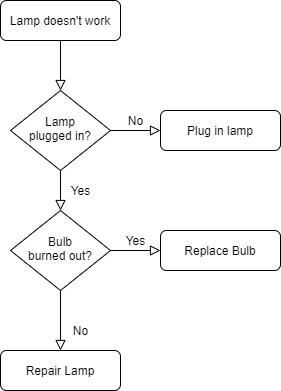
Earlier version of the draw.io export 程序流程.png (daftpumpkin/IoT.io). Source tidied: cells renumbered, new cells last; positions are measured from the earlier drawing's top-left corner, leaving out a move shared by most shapes.
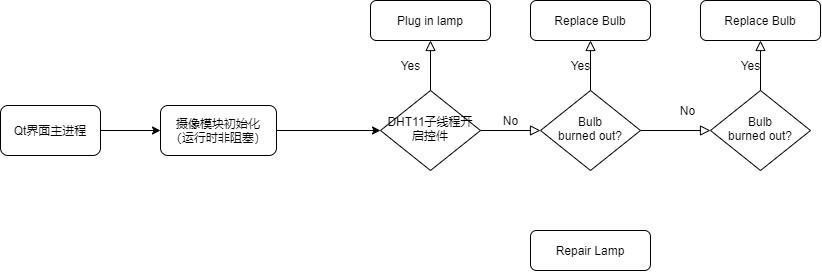
Later version of the same file.

The edit, as a diff of the source:
```diff
@@ -2,38 +2,53 @@
   <root>
     <mxCell id="0" />
     <mxCell id="1" parent="0" />
-    <mxCell id="2" style="rounded=0;html=1;jettySize=auto;fontSize=11;endArrow=block;endFill=0;endSize=8;strokeWidth=1;shadow=0;labelBackgroundColor=none;edgeStyle=orthogonalEdgeStyle;" parent="1" edge="1" source="3" target="6">
-      <mxGeometry relative="1" as="geometry" />
-    </mxCell>
+    <mxCell id="13" style="edgeStyle=orthogonalEdgeStyle;rounded=0;jettySize=auto;html=1;exitX=1;exitY=0.5;exitDx=0;exitDy=0;entryX=0;entryY=0.5;entryDx=0;entryDy=0;" parent="1" edge="1" source="3" target="15">
+      <mxGeometry relative="1" as="geometry" />
+    </mxCell>
-    <mxCell id="3" value="Lamp doesn't work" style="rounded=1;whiteSpace=wrap;html=1;fontSize=12;glass=0;strokeWidth=1;shadow=0;" parent="1" vertex="1">
-      <mxGeometry width="120" height="40" as="geometry" />
+    <mxCell id="3" value="Qt界面主进程" style="rounded=1;whiteSpace=wrap;html=1;fontSize=12;glass=0;strokeWidth=1;shadow=0;" parent="1" vertex="1">
+      <mxGeometry x="-120" y="135" width="100" height="50" as="geometry" />
     </mxCell>
-    <mxCell id="4" value="Yes" style="rounded=0;html=1;jettySize=auto;fontSize=11;endArrow=block;endFill=0;endSize=8;strokeWidth=1;shadow=0;labelBackgroundColor=none;edgeStyle=orthogonalEdgeStyle;" parent="1" edge="1" source="6" target="10">
+    <mxCell id="4" value="Yes" style="rounded=0;html=1;jettySize=auto;fontSize=11;endArrow=block;endFill=0;endSize=8;strokeWidth=1;shadow=0;labelBackgroundColor=none;edgeStyle=orthogonalEdgeStyle;exitX=0.5;exitY=0;exitDx=0;exitDy=0;entryX=0.5;entryY=1;entryDx=0;entryDy=0;" parent="1" edge="1" source="6" target="7">
       <mxGeometry y="20" relative="1" as="geometry" />
     </mxCell>
-    <mxCell id="5" value="No" style="edgeStyle=orthogonalEdgeStyle;rounded=0;html=1;jettySize=auto;fontSize=11;endArrow=block;endFill=0;endSize=8;strokeWidth=1;shadow=0;labelBackgroundColor=none;" parent="1" edge="1" source="6" target="7">
+    <mxCell id="5" value="No" style="edgeStyle=orthogonalEdgeStyle;rounded=0;html=1;jettySize=auto;fontSize=11;endArrow=block;endFill=0;endSize=8;strokeWidth=1;shadow=0;labelBackgroundColor=none;exitX=1;exitY=0.5;exitDx=0;exitDy=0;entryX=0;entryY=0.5;entryDx=0;entryDy=0;" parent="1" edge="1" source="6" target="10">
       <mxGeometry y="10" relative="1" as="geometry" />
     </mxCell>
-    <mxCell id="6" value="Lamp&lt;br&gt;plugged in?" style="rhombus;whiteSpace=wrap;html=1;shadow=0;fontFamily=Helvetica;fontSize=12;align=center;strokeWidth=1;spacing=6;spacingTop=-4;" parent="1" vertex="1">
-      <mxGeometry x="10" y="90" width="100" height="80" as="geometry" />
+    <mxCell id="6" value="DHT11子线程开启控件" style="rhombus;whiteSpace=wrap;html=1;shadow=0;fontFamily=Helvetica;fontSize=12;align=center;strokeWidth=1;spacing=6;spacingTop=-4;" parent="1" vertex="1">
+      <mxGeometry x="260" y="120" width="100" height="80" as="geometry" />
     </mxCell>
     <mxCell id="7" value="Plug in lamp" style="rounded=1;whiteSpace=wrap;html=1;fontSize=12;glass=0;strokeWidth=1;shadow=0;" parent="1" vertex="1">
-      <mxGeometry x="160" y="110" width="120" height="40" as="geometry" />
+      <mxGeometry x="250" y="30" width="120" height="40" as="geometry" />
     </mxCell>
-    <mxCell id="8" value="No" style="rounded=0;html=1;jettySize=auto;fontSize=11;endArrow=block;endFill=0;endSize=8;strokeWidth=1;shadow=0;labelBackgroundColor=none;edgeStyle=orthogonalEdgeStyle;" parent="1" edge="1" source="10" target="11">
+    <mxCell id="8" value="No" style="rounded=0;html=1;jettySize=auto;fontSize=11;endArrow=block;endFill=0;endSize=8;strokeWidth=1;shadow=0;labelBackgroundColor=none;edgeStyle=orthogonalEdgeStyle;exitX=1;exitY=0.5;exitDx=0;exitDy=0;entryX=0;entryY=0.5;entryDx=0;entryDy=0;" parent="1" edge="1" source="10" target="17">
       <mxGeometry x="0.33" y="20" relative="1" as="geometry" />
     </mxCell>
     <mxCell id="9" value="Yes" style="edgeStyle=orthogonalEdgeStyle;rounded=0;html=1;jettySize=auto;fontSize=11;endArrow=block;endFill=0;endSize=8;strokeWidth=1;shadow=0;labelBackgroundColor=none;" parent="1" edge="1" source="10" target="12">
       <mxGeometry y="10" relative="1" as="geometry" />
     </mxCell>
     <mxCell id="10" value="Bulb&lt;br&gt;burned out?" style="rhombus;whiteSpace=wrap;html=1;shadow=0;fontFamily=Helvetica;fontSize=12;align=center;strokeWidth=1;spacing=6;spacingTop=-4;" parent="1" vertex="1">
-      <mxGeometry x="10" y="210" width="100" height="80" as="geometry" />
+      <mxGeometry x="420" y="120" width="100" height="80" as="geometry" />
     </mxCell>
     <mxCell id="11" value="Repair Lamp" style="rounded=1;whiteSpace=wrap;html=1;fontSize=12;glass=0;strokeWidth=1;shadow=0;" parent="1" vertex="1">
-      <mxGeometry y="350" width="120" height="40" as="geometry" />
+      <mxGeometry x="410" y="260" width="120" height="40" as="geometry" />
     </mxCell>
     <mxCell id="12" value="Replace Bulb" style="rounded=1;whiteSpace=wrap;html=1;fontSize=12;glass=0;strokeWidth=1;shadow=0;" parent="1" vertex="1">
-      <mxGeometry x="160" y="230" width="120" height="40" as="geometry" />
+      <mxGeometry x="410" y="30" width="120" height="40" as="geometry" />
     </mxCell>
+    <mxCell id="14" style="edgeStyle=orthogonalEdgeStyle;rounded=0;jettySize=auto;html=1;exitX=1;exitY=0.5;exitDx=0;exitDy=0;entryX=0;entryY=0.5;entryDx=0;entryDy=0;" parent="1" edge="1" source="15" target="6">
+      <mxGeometry relative="1" as="geometry" />
+    </mxCell>
+    <mxCell id="15" value="摄像模块初始化&lt;br&gt;（运行时非阻塞）" style="rounded=1;whiteSpace=wrap;html=1;" parent="1" vertex="1">
+      <mxGeometry x="40" y="135" width="116" height="50" as="geometry" />
+    </mxCell>
+    <mxCell id="16" value="Yes" style="edgeStyle=orthogonalEdgeStyle;rounded=0;html=1;jettySize=auto;fontSize=11;endArrow=block;endFill=0;endSize=8;strokeWidth=1;shadow=0;labelBackgroundColor=none;" parent="1" edge="1" source="17" target="18">
+      <mxGeometry y="10" relative="1" as="geometry" />
+    </mxCell>
+    <mxCell id="17" value="Bulb&lt;br&gt;burned out?" style="rhombus;whiteSpace=wrap;html=1;shadow=0;fontFamily=Helvetica;fontSize=12;align=center;strokeWidth=1;spacing=6;spacingTop=-4;" parent="1" vertex="1">
+      <mxGeometry x="590" y="120" width="100" height="80" as="geometry" />
+    </mxCell>
+    <mxCell id="18" value="Replace Bulb" style="rounded=1;whiteSpace=wrap;html=1;fontSize=12;glass=0;strokeWidth=1;shadow=0;" parent="1" vertex="1">
+      <mxGeometry x="580" y="30" width="120" height="40" as="geometry" />
+    </mxCell>
   </root>
 </mxGraphModel>
```
